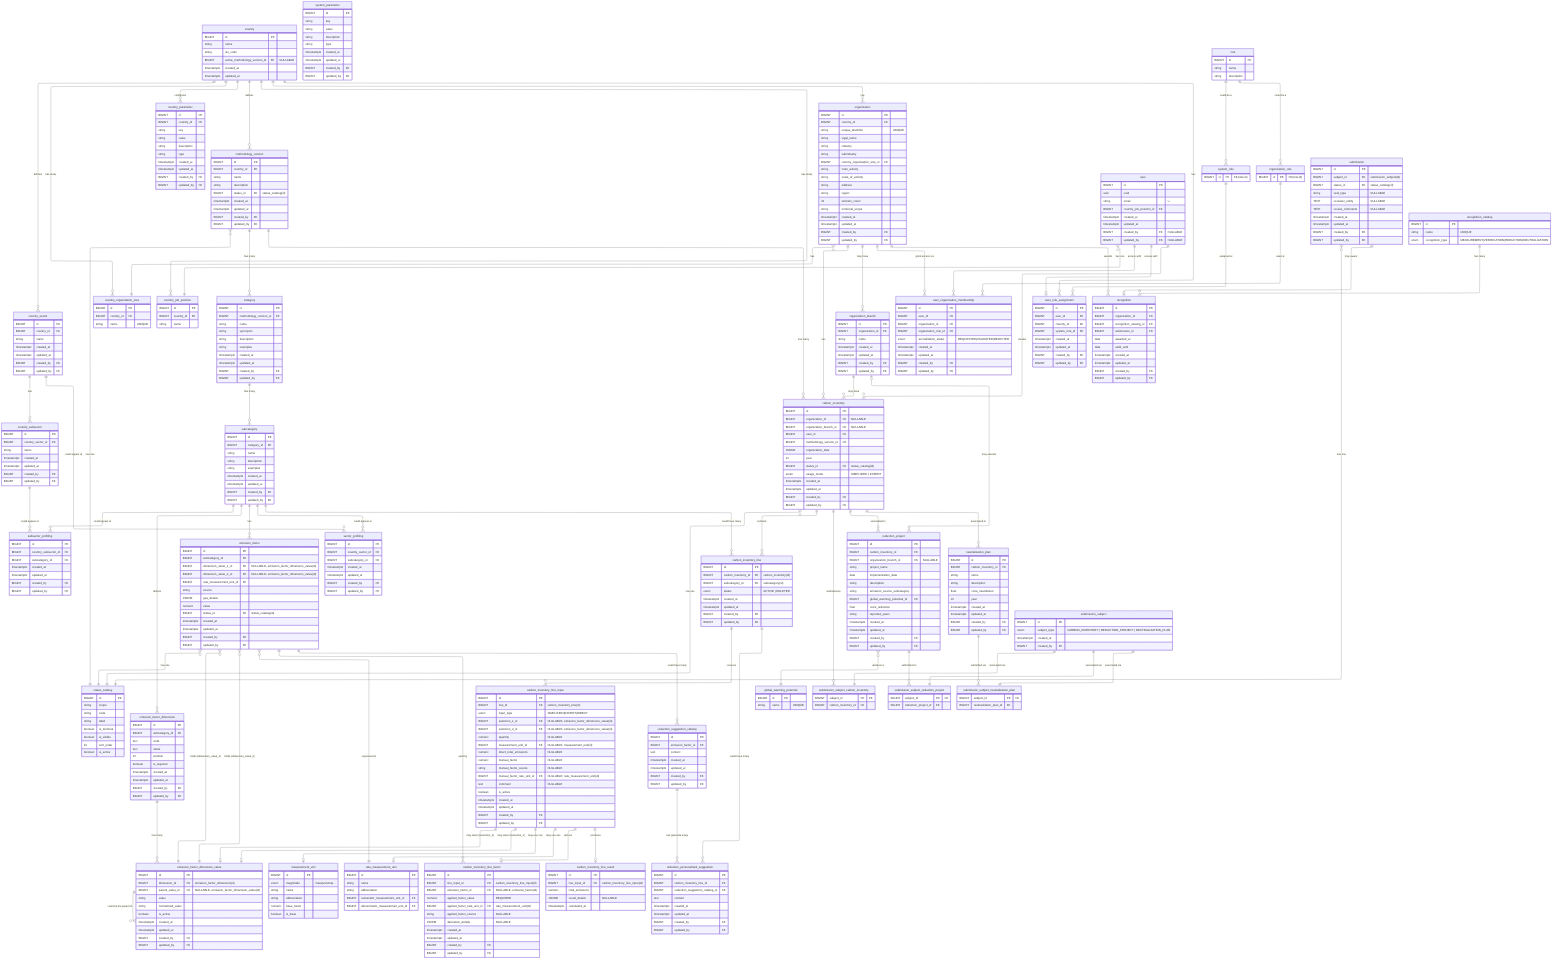
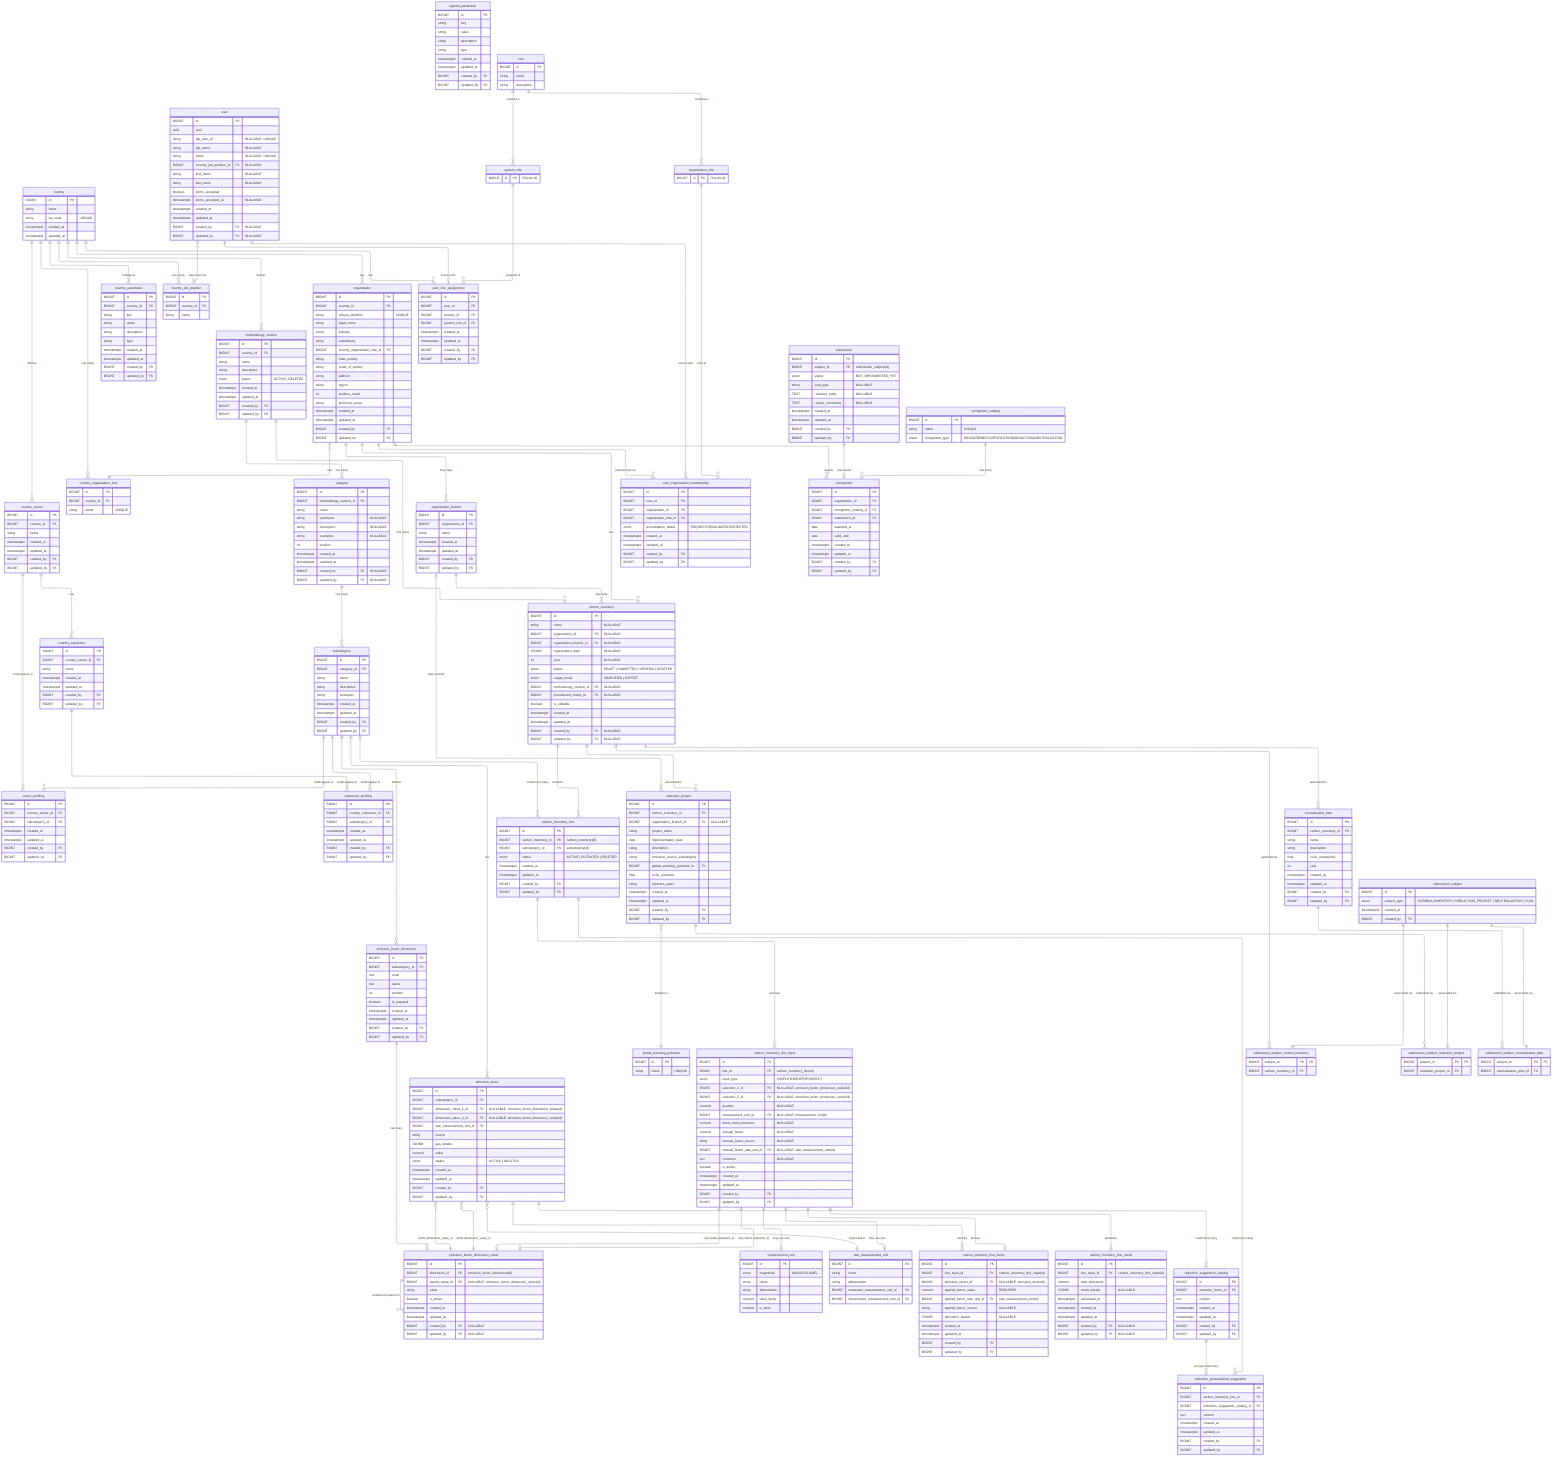
---
config:
  layout: elk
---
erDiagram
	direction TB

	%% ============================================================
- 	%% DEPRECATED TABLES
- 	%% ------------------------------------------------------------
- 	%% The following tables are kept for historical reference only:
- 	%% - carbon_inventory_detail
- 	%% They MUST NOT be used for new features.
- 	%% ============================================================
- 	%% carbon_inventory_detail {
- 	%% 	  BIGINT id PK ""
- 	%% 	  BIGINT carbon_inventory_id FK ""
- 	%% 	  BIGINT subcategory_id FK ""
- 	%% 	  enum type "DETAILED | TOTAL"
- 	%% 	  string first_selection "NULLABLE"
- 	%% 	  string second_selection "NULLABLE"
- 	%% 	  float quantity  "NULLABLE"
- 	%% 	  BIGINT measurement_unit_id FK "NULLABLE"
- 	%% 	  float factor "NULLABLE"
- 	%% 	  BIGINT factor_rate_measurement_unit_id FK "NULLABLE"
- 	%% 	  string factor_source "NULLABLE"
- 	%% 	  BIGINT emission_factor_id FK "NULLABLE"
- 	%% 	  float total_emissions "NULLABLE"
- 	%% 	  text comment  "NULLABLE"
- 	%% 	  BIGINT status_id FK "status_catalog(id)"
- 	%% 	  %% Restricciones:
- 	%% 	  %% Si type==SIMPLIFIED, el usuario llenará first_selection, second_selection, quantity, measurement_unit_id y la plataforma automáticamente escogerá un emission_factor_id y copiará el valor del factor, lo transformará a la misma unidad de medida del usuario y llenará factor y factor_rate_measurement_unit_id. Finalmente hará el P*Q y llenará total_emissions
- 	%% 	  %% Si type==EXPERT, el usuario llenará first_selection, second_selection, quantity, measurement_unit_id, factor y el factor_source. El factor_rate_measurement_unit_id se escogerá automáticamente según el measurement_unit_id. emission_factor_id será NULL. Finalmente la plataforma hará el P*Q y llenará total_emissions
- 	%% 	  %% Si type==DIRECT, todas las columnas serán NULL y el usuario ingresará el valor directo a total_emissions.
- 	%% 	  %% Alternar el type no modificará las filas, sino que marcará las actuales como status=OUTDATED y creará nuevas filas con el type adecuado (si no existen aún). Si ya existían, las recuperará a ACTIVE.
- 	%% 	  %% Todas las filas con status ACTIVE deben ser del mismo type.
- 	%% 	  %% Las filas DELETED nunca se recuperan, quedan para trazabilidad.
- 	%% }
- 
- 	%% ============================================================
	%% Design Principles
	%% ============================================================

	%% 🔷 Core Modeling Principles
	%% 	1.	Each table has a single, well-defined responsibility
	%% Tables are designed to represent one concept only (e.g. configuration, input, result, workflow), avoiding mixed concerns.

	%% 	2.	Relationships reflect real business rules, not just foreign keys
	%% Cardinalities and optionality are chosen to express domain constraints, not merely technical implementation details.

	%% 	3.	Nullability is intentional and meaningful
	%% Nullable fields indicate valid domain states (e.g. optional associations, draft data), not incomplete design.

	%% ⸻

	%% 🔷 Configuration & Reference Data
	%% 	4.	Reference data is normalized and centralized
	%% Shared concepts (statuses, units, potentials) are defined once and reused across the system.

	%% 	5.	Volatile enums are modeled as tables, not database ENUMs
	%% Any value expected to evolve (statuses, workflows) is stored in catalog tables to avoid schema migrations.

	%% 	6.	Stable physical concepts may use ENUMs
	%% Concepts that are scientifically stable (e.g. unit magnitude, usage mode) may use database ENUMs for safety and clarity.

	%% ⸻

	%% 🔷 Methodology & Emission Factors

	%% 	7.	Methodology is versioned and country-scoped
	%% All categories, subcategories, and factors belong to a specific methodology version tied to a country.

	%% 	8.	Emission factors are defined by standardized dimensions, not free text
	%% User selections and factor matching are driven by normalized dimension values to ensure consistency and correctness.

	%% 	9.	Dimension cardinality reflects domain reality, not generic flexibility
	%% Emission factors support up to two dimensions by design, matching current methodology requirements and admin workflows.

	%% 	10.	Administrative workflows are hierarchical and sequential
	%% New entities are created top-down (category → subcategory → dimension → value → factor), enforcing consistency at each level.

	%% ⸻

	%% 🔷 Inventory & Calculation

	%% 	11.	Input, factor selection, and results are modeled as separate concerns
	%% User input, factor derivation, and calculated results are stored in distinct tables for clarity and auditability.

	%% 	12.	Results are always derived from immutable input snapshots
	%% Calculated emissions reference the exact input used, ensuring reproducibility even if inputs change later.

	%% 	13.	Historical data is preserved; updates create new versions
	%% Changes do not overwrite previous data but create new records, maintaining a complete audit trail.

	%% ⸻

	%% 🔷 Workflow & Submissions

	%% 	14.	Workflows are modeled as data, not booleans
	%% Submissions, approvals, and recognitions are represented explicitly rather than inferred from flags.

	%% 	15.	Polymorphism is handled via explicit subject tables
	%% Submissions reference a generic subject entity with concrete subtype tables, avoiding nullable polymorphic foreign keys.

	%% 	16.	Recognitions are awarded based on submissions, not raw entities
	%% This ensures all awards are traceable to a validated review process.

	%% ⸻

	%% 🔷 Audit & Governance

	%% 	17.	Audit fields are applied based on responsibility and mutability
	%% Operational tables are auditable; reference and system-owned tables may omit audit fields by design.

	%% 	18.	System-generated data does not pretend to have an author
	%% Automatically calculated results record timestamps but not created_by or updated_by.

	%% 	19.	Database constraints enforce correctness wherever possible
	%% Uniqueness, consistency, and invariants are enforced at the database level rather than relying solely on application logic.


	%% ⸻

	%% 🔷 Evolution & Maintainability

	%% 	20.	Design favors clarity and correctness over premature generalization
	%% Flexibility is introduced only when driven by real domain requirements, not hypothetical future use cases.

	%% 	21.	Future extensions are possible without breaking existing data
	%% The model anticipates evolution (e.g. new methodologies, new workflows) while keeping current usage simple and explicit.

	%% ⸻

	%% These principles are intentional.
	%% Changes to the model should preserve these invariants unless there is a clear domain-driven reason to evolve them.

	%% ============================================================
	%% 🟦 Country & configuration (7)
	%% ============================================================

	country {
		BIGINT id PK ""
		string name  ""
- 		string iso_code  ""
- 		BIGINT active_methodology_version_id FK "NULLABLE"
+ 		string iso_code "UNIQUE"
		timestamptz created_at  ""
		timestamptz updated_at  ""
	}

	country_parameter {
		BIGINT id PK ""
		BIGINT country_id FK ""
		string key  ""
		string value  ""
		string description  ""
		string type  ""
		timestamptz created_at  ""
		timestamptz updated_at  ""
		BIGINT created_by FK ""
		BIGINT updated_by FK ""
	}

	system_parameter {
		BIGINT id PK ""
		string key  ""
		string value  ""
		string description  ""
		string type  ""
		timestamptz created_at  ""
		timestamptz updated_at  ""
		BIGINT created_by FK ""
		BIGINT updated_by FK ""
	}

	country_sector {
		BIGINT id PK ""
		BIGINT country_id FK ""
		string name  ""
		timestamptz created_at  ""
		timestamptz updated_at  ""
		BIGINT created_by FK ""
		BIGINT updated_by FK ""
	}

	country_subsector {
		BIGINT id PK ""
		BIGINT country_sector_id FK ""
		string name  ""
		timestamptz created_at  ""
		timestamptz updated_at  ""
		BIGINT created_by FK ""
		BIGINT updated_by FK ""
	}

	country_organization_size {
		BIGINT id PK ""
		BIGINT country_id FK ""
		string name  "UNIQUE"
	}

	country_job_position {
		BIGINT id PK ""
		BIGINT country_id FK ""
		string name  ""
	}

- 	%% Postgres ENUM is great when values are stable forever (e.g., magnitude = mass|volume|energy). It becomes painful when values are product-managed and will evolve (status workflows, modes, etc.).
- 	status_catalog {
- 		BIGINT id PK ""
- 		%% Like: SUBMISSION | CARBON_INVENTORY | ENTITY
- 		string scope
- 		%% Like: DRAFT, ACTIVE, DELETED, OUTDATED, SUBMITTED, APPROVED, REJECTED, ...
- 		string code
- 		string label
- 		boolean is_terminal ""
- 		boolean is_visible ""
- 		int sort_order ""
- 		boolean is_active ""
- 		%% UNIQUE(scope, code)
- 		%% To prevent misuse we will use convention & tests
- 		%% To avoid misuse we will implement DB trigger to validate status.scope against the referencing table
- 	}
- 
	%% ============================================================
	%% 🟩 Methodology & factors (9)
	%% ============================================================

	methodology_version {
		BIGINT id PK ""
		BIGINT country_id FK ""
		string name  ""
		string description  ""
- 		%% Uses all status values
- 		BIGINT status_id FK "status_catalog(id)"
+ 		enum status "ACTIVE | DELETED"
		timestamptz created_at  ""
		timestamptz updated_at  ""
		BIGINT created_by FK ""
		BIGINT updated_by FK ""
		%% Enforce via trigger at most 1 active per country
- 		%% Enforce via DB trigger on country table: validates country.active_methodology_version_id (when NOT NULL) references a methodology_version row where status_id points to status_catalog with code='ACTIVE'. Trigger runs BEFORE INSERT/UPDATE on country, raises error if validation fails. Implementation: CREATE TRIGGER validate_country_active_methodology_version BEFORE INSERT OR UPDATE ON country FOR EACH ROW EXECUTE FUNCTION check_active_methodology_version_status()
	}

	category {
		BIGINT id PK ""
		BIGINT methodology_version_id FK ""
		string name  ""
		%% just for displaying
- 		string synonyms ""
+ 		string synonyms "NULLABLE"
		%% just for displaying
- 		string description  ""
+ 		string description "NULLABLE"
		%% just for displaying
- 		string examples ""
- 		timestamptz created_at  ""
- 		timestamptz updated_at  ""
- 		BIGINT created_by FK ""
- 		BIGINT updated_by FK ""
+ 		string examples "NULLABLE"
+ 		%% Position must be > 0 (enforced by DB CHECK constraint)
+ 		int position ""
+ 		timestamptz created_at  ""
+ 		timestamptz updated_at  ""
+ 		BIGINT created_by FK "NULLABLE"
+ 		BIGINT updated_by FK "NULLABLE"
+ 		%% UNIQUE(methodology_version_id, name)
+ 		%% UNIQUE(methodology_version_id, position)
	}

	subcategory {
		BIGINT id PK ""
		BIGINT category_id FK ""
		string name  ""
		%% just for displaying
		string description  ""
		%% just for displaying
		string examples ""
		timestamptz created_at  ""
		timestamptz updated_at  ""
		BIGINT created_by FK ""
		BIGINT updated_by FK ""
	}

	emission_factor_dimension {
		BIGINT id PK ""
		BIGINT subcategory_id FK ""
		%% Like: FUEL_GROUP, FUEL_TYPE, GAS_TYPE
		text code ""
		%% Like: Tipo de combustible, Tipo de gas
		text name ""
		%% Like: 1, 2, 3 (order in UI & logic)
		int position ""
		boolean is_required ""
		timestamptz created_at  ""
		timestamptz updated_at  ""
		BIGINT created_by FK ""
		BIGINT updated_by FK ""
		%% UNIQUE(subcategory_id, position),
		%% UNIQUE(subcategory_id, code)
	}

	emission_factor_dimension_value {
		BIGINT id PK ""
		BIGINT dimension_id FK "emission_factor_dimension(id)"
		BIGINT parent_value_id FK "NULLABLE, emission_factor_dimension_value(id)"
		%% Like: Natural gas, Diesel, Kerosene, etc
		string value ""
- 		string normalized_value ""
		boolean is_active ""
		timestamptz created_at  ""
		timestamptz updated_at  ""
- 		BIGINT created_by FK ""
- 		BIGINT updated_by FK ""
- 		%% UNIQUE(dimension_id, normalized_value)
+ 		BIGINT created_by FK "NULLABLE"
+ 		BIGINT updated_by FK "NULLABLE"
+ 		%% UNIQUE(dimension_id, value)
	}

	emission_factor {
		BIGINT id PK ""
		BIGINT subcategory_id FK ""
		%% Emission factors currently support up to two dimensions via fixed columns.
		%% A binding table was considered for unbounded dimensions but intentionally not used to keep queries and constraints simple.
		BIGINT dimension_value_1_id FK "NULLABLE, emission_factor_dimension_value(id)"
		BIGINT dimension_value_2_id FK "NULLABLE, emission_factor_dimension_value(id)"
		BIGINT rate_measurement_unit_id FK ""
		string source  ""
		JSONB gas_details ""
		numeric value  ""
- 		%% Uses all status values
- 		BIGINT status_id FK "status_catalog(id)"
+ 		enum status "ACTIVE | DELETED"
		timestamptz created_at  ""
		timestamptz updated_at  ""
		BIGINT created_by FK ""
		BIGINT updated_by FK ""
		%% Enforce UNIQUE (subcategory_id, dimension_value_1_id, dimension_value_2_id) WHERE status = 'ACTIVE'
	}

	sector_profiling {
		BIGINT id PK ""
		BIGINT country_sector_id FK ""
		BIGINT subcategory_id FK ""
		timestamptz created_at  ""
		timestamptz updated_at  ""
		BIGINT created_by FK ""
		BIGINT updated_by FK ""
		%% UNIQUE(country_sector_id, subcategory_id)
	}

	subsector_profiling {
		BIGINT id PK ""
		BIGINT country_subsector_id FK ""
		BIGINT subcategory_id FK ""
		timestamptz created_at  ""
		timestamptz updated_at  ""
		BIGINT created_by FK ""
		BIGINT updated_by FK ""
		%% UNIQUE(country_subsector_id, subcategory_id)
	}

	measurement_unit {
		BIGINT id PK ""
- 		enum magnitude  "mass|volume|..."
+ 		enum magnitude  "MASS|VOLUME|..."
		string name  ""
		string abbreviation  ""
		numeric base_factor  ""
		boolean is_base  ""
		%% Enforce UNIQUE (magnitude) WHERE is_base = true
	}

	rate_measurement_unit {
		BIGINT id PK ""
		string name  ""
		string abbreviation  ""
		BIGINT numerator_measurement_unit_id FK ""
		BIGINT denominator_measurement_unit_id FK ""
	}

	global_warming_potential {
		BIGINT id PK ""
		string name "UNIQUE"
		%% AR4, AR5, etc...
	}

	%% ============================================================
	%% 🟨 Organizations & users (8)
	%% ============================================================

	organization {
		BIGINT id PK ""
		BIGINT country_id FK ""
		string unique_identifier  "UNIQUE"
		string legal_name  ""
		string industry  ""
		string subindustry  ""
		BIGINT country_organization_size_id FK ""
		string main_activity  ""
		string scale_of_activity  ""
		string address  ""
		string region  ""
		int workers_count  ""
		string territorial_scope  ""
		timestamptz created_at  ""
		timestamptz updated_at  ""
		BIGINT created_by FK ""
		BIGINT updated_by FK ""
	}

	organization_branch {
		BIGINT id PK ""
		BIGINT organization_id FK ""
		string name  ""
		timestamptz created_at  ""
		timestamptz updated_at  ""
		BIGINT created_by FK ""
		BIGINT updated_by FK ""
	}

	user {
		BIGINT id PK ""
		uuid uuid  ""
- 		string email  "U"
- 		BIGINT country_job_position_id FK ""
+ 		string idp_user_id "NULLABLE, UNIQUE"
+ 		string idp_name "NULLABLE"
+ 		string email  "NULLABLE, UNIQUE"
+ 		BIGINT country_job_position_id FK "NULLABLE"
+ 		string first_name "NULLABLE"
+ 		string last_name "NULLABLE"
+ 		boolean terms_accepted ""
+ 		timestamptz terms_accepted_at "NULLABLE"
		timestamptz created_at  ""
		timestamptz updated_at  ""
		BIGINT created_by FK "NULLABLE"
		BIGINT updated_by FK "NULLABLE"
	}

	%% abstract parent table
	role {
		BIGINT id PK ""
		string name ""
		string description ""
	}

	system_role {
		BIGINT id PK "FK(role.id)"
	}

	organization_role {
		BIGINT id PK "FK(role.id)"
	}

	user_organization_membership {
		BIGINT id PK ""
		BIGINT user_id FK ""
		BIGINT organization_id FK ""
		BIGINT organization_role_id FK ""
		enum accreditation_status  "REQUESTED|VALIDATED|REJECTED"
		timestamptz created_at  ""
		timestamptz updated_at  ""
		BIGINT created_by FK ""
		BIGINT updated_by FK ""
		%% UNIQUE(user_id, organization_id, organization_role_id)
	}

	user_role_assignment {
		BIGINT id PK ""
		BIGINT user_id FK ""
		BIGINT country_id FK ""
		BIGINT system_role_id FK ""
		timestamptz created_at  ""
		timestamptz updated_at  ""
		BIGINT created_by FK ""
		BIGINT updated_by FK ""
		%% UNIQUE(user_id, country_id, system_role_id)
	}

	%% ============================================================
	%% 🟧 Inventory & calculation (9)
	%% ============================================================

- 	%% organization & organization_branch will be NULL when user does not belongs to any org.
+ 	%% organization & organization_branch will be NULL when user does not belong to any org.
	carbon_inventory {
		BIGINT id PK ""
+ 		string name "NULLABLE"
		BIGINT organization_id FK "NULLABLE"
		BIGINT organization_branch_id FK "NULLABLE"
- 		BIGINT user_id FK ""
- 		BIGINT methodology_version_id FK ""
- 		JSONB organization_data  ""
- 		int year  ""
- 		BIGINT status_id FK "status_catalog(id)"
- 		%% Using an enum because we are 100% sure it will never change
- 		enum usage_mode  "SIMPLIFIED | EXPERT"
- 		timestamptz created_at  ""
- 		timestamptz updated_at  ""
- 		BIGINT created_by FK ""
- 		BIGINT updated_by FK ""
- 		%% CHECK ((organization_id IS NOT NULL AND organization_branch_id IS NULL) OR (organization_branch_id IS NOT NULL))
+ 		JSONB organization_data "NULLABLE"
+ 		int year "NULLABLE"
+ 		enum status "DRAFT | SUBMITTED | VERIFIED | DELETED"
+ 		enum usage_mode "SIMPLIFIED | EXPERT"
+ 		BIGINT methodology_version_id FK "NULLABLE"
+ 		BIGINT preselected_nodes_id FK "NULLABLE"
+ 		boolean is_editable ""
+ 		timestamptz created_at  ""
+ 		timestamptz updated_at  ""
+ 		BIGINT created_by FK "NULLABLE"
+ 		BIGINT updated_by FK "NULLABLE"
	}

	%% A "line" represents what is being measured (subcategory) for a given inventory.
	%% We do not store quantities/factors/selections here. It's the anchor.
	carbon_inventory_line {
		BIGINT id PK ""
		BIGINT carbon_inventory_id FK "carbon_inventory(id)"
		BIGINT subcategory_id FK "subcategory(id)"
- 
- 		enum status "ACTIVE | DELETED"
+ 		enum status "ACTIVE | OUTDATED | DELETED"
		timestamptz created_at  ""
		timestamptz updated_at  ""
		BIGINT created_by FK ""
		BIGINT updated_by FK ""
	}

	carbon_inventory_line_input {
		BIGINT id PK ""
		BIGINT line_id FK "carbon_inventory_line(id)"
		enum input_type "SIMPLIFIED|EXPERT|DIRECT"

		%% the "dimension selections" (more on dimension standardization in section 4)
		BIGINT selection_1_id FK "NULLABLE, emission_factor_dimension_value(id)"
		BIGINT selection_2_id FK "NULLABLE, emission_factor_dimension_value(id)"

		numeric quantity "NULLABLE"
		BIGINT measurement_unit_id FK "NULLABLE, measurement_unit(id)"

		%% For DIRECT mode:
		numeric direct_total_emissions "NULLABLE"

		%% For EXPERT mode:
		numeric manual_factor "NULLABLE"
		string manual_factor_source "NULLABLE"
		BIGINT manual_factor_rate_unit_id FK "NULLABLE, rate_measurement_unit(id)"

		text comment "NULLABLE"
		boolean is_active ""
		timestamptz created_at  ""
		timestamptz updated_at  ""
		BIGINT created_by FK ""
		BIGINT updated_by FK ""
		%% Enforce only one active input per line: UNIQUE(line_id) WHERE is_active = true
	}

	%% This stores "what factor did we use, after conversions, and why" so results are reproducible.
	carbon_inventory_line_factor {
		BIGINT id PK ""
		BIGINT line_input_id FK "carbon_inventory_line_input(id)"

		%% chosen factor: either from catalog (simplified) or null for expert/direct
		BIGINT emission_factor_id FK "NULLABLE, emission_factor(id)"

		%% normalized factor actually used in the computation (post-conversion)
		%% REQUIRED: Must always be present for result reproducibility
		numeric applied_factor_value "REQUIRED"
		BIGINT applied_factor_rate_unit_id FK "rate_measurement_unit(id)"
		string applied_factor_source "NULLABLE"

		%% optionally store a JSON blob explaining conversion steps for auditability
		JSONB derivation_details "NULLABLE"

		timestamptz created_at  ""
		timestamptz updated_at  ""
		BIGINT created_by FK ""
		BIGINT updated_by FK ""
		%% Enforce 1 factor row per input: UNIQUE(line_input_id)
	}

	carbon_inventory_line_result {
		BIGINT id PK ""
		BIGINT line_input_id FK "carbon_inventory_line_input(id)"
		numeric total_emissions ""
		%% optionally store breakdown: per-gas, CO2e, etc.
		JSONB result_details "NULLABLE"
		timestamptz calculated_at ""
+ 		timestamptz created_at  ""
+ 		timestamptz updated_at  ""
+ 		BIGINT created_by FK "NULLABLE"
+ 		BIGINT updated_by FK "NULLABLE"
		%% Ensure 1 result per input: UNIQUE(line_input_id)
	}

	reduction_suggestion_catalog {
		BIGINT id PK ""
		BIGINT emission_factor_id FK ""
		text content  ""
		timestamptz created_at  ""
		timestamptz updated_at  ""
		BIGINT created_by FK ""
		BIGINT updated_by FK ""
	}

	%% We plan to create these suggestion with AI
	reduction_personalized_suggestion {
		BIGINT id PK ""
		BIGINT carbon_inventory_line_id FK ""
		BIGINT reduction_suggestion_catalog_id FK ""
		text content  ""
		timestamptz created_at  ""
		timestamptz updated_at  ""
		BIGINT created_by FK ""
		BIGINT updated_by FK ""
	}

	reduction_project {
		BIGINT id PK ""
		BIGINT carbon_inventory_id FK ""
		BIGINT organization_branch_id FK "NULLABLE"
		string project_name  ""
		date implementation_date  ""
		string description  ""
		string emission_source_subcategory  ""
		BIGINT global_warming_potential_id FK ""
		float co2e_reduction  ""
		string reported_years  ""
		timestamptz created_at  ""
		timestamptz updated_at  ""
		BIGINT created_by FK ""
		BIGINT updated_by FK ""
	}

	neutralization_plan {
		BIGINT id PK ""
		BIGINT carbon_inventory_id FK ""
		string name  ""
		string description  ""
		float co2e_neutralized  ""
		int year  ""
		timestamptz created_at  ""
		timestamptz updated_at  ""
		BIGINT created_by FK ""
		BIGINT updated_by FK ""
	}

	%% ============================================================
	%% 🟥 Submissions & recognition (7)
	%% ============================================================

	%% Read the docs about the submissions model design here: https://www.notion.so/Modelo-E-R-para-Submissions-2d318d2c8901805ab8f9eed2a9d9d702?source=copy_link
	%% The data within this table is immutable once created
	submission_subject {
		BIGINT id PK ""
		enum subject_type "CARBON_INVENTORY | REDUCTION_PROJECT | NEUTRALIZATION_PLAN"
		timestamptz created_at  ""
		BIGINT created_by FK ""
	}

	%% The data within this table is immutable once created
	submission_subject_carbon_inventory {
		BIGINT subject_id PK "FK"
		BIGINT carbon_inventory_id FK ""
	}

	%% The data within this table is immutable once created
	submission_subject_reduction_project {
		BIGINT subject_id PK "FK"
		BIGINT reduction_project_id FK ""
	}

	%% The data within this table is immutable once created
	submission_subject_neutralization_plan {
		BIGINT subject_id PK "FK"
		BIGINT neutralization_plan_id FK ""
	}

	submission {
		BIGINT id PK ""
		BIGINT subject_id FK "submission_subject(id)"
- 		BIGINT status_id FK "status_catalog(id)"
+ 		enum status "NOT_IMPLEMENTED_YET"
		string seal_type  "NULLABLE"
		TEXT reviewer_entity "NULLABLE"
		TEXT review_comments "NULLABLE"
		timestamptz created_at  ""
		timestamptz updated_at  ""
		BIGINT created_by FK ""
		BIGINT updated_by FK ""
	}

	recognition_catalog {
		BIGINT id PK ""
		string name "UNIQUE"
		enum recognition_type  "MEASUREMENT|VERIFICATION|REDUCTION|NEUTRALIZATION"
	}

	recognition {
		BIGINT id PK ""
		BIGINT organization_id FK ""
		BIGINT recognition_catalog_id FK ""
		BIGINT submission_id FK ""
		date awarded_at  ""
		date valid_until  ""
		timestamptz created_at  ""
		timestamptz updated_at  ""
		BIGINT created_by FK ""
		BIGINT updated_by FK ""
	}

	%% ============================================================
	%% Others
	%% ============================================================


%% ============================================================
%% Relationships
%% ============================================================

country
	country ||--o{ country_parameter : "configures"
	country ||--o{ country_sector : "defines"
	country ||--o{ methodology_version : "defines"
	country ||--o{ organization : "has"
	country ||--o{ user_role_assignment : "has"
	country ||--o{ country_organization_size: "has many"
	country ||--o{ country_job_position : "has many"

country_sector
	country_sector ||--o{ country_subsector : "has"
	country_sector ||--o{ sector_profiling : "could appear at"

country_subsector
	country_subsector ||--o{ subsector_profiling : "could appear at"

organization
	organization ||--o{ carbon_inventory : "has"
	organization ||--o{ organization_branch : "may have"
	organization ||--o{ recognition : "awards"
	organization ||--o{ user_organization_membership : "grant access via"
	organization }o--|| country_organization_size : "has"

organization_branch
	organization_branch |o--o{ reduction_project : "may execute"
	organization_branch ||--o{ carbon_inventory : "may have"

recognition_catalog
	recognition_catalog ||--o{ recognition  : "has many"

role
	role ||--o{ system_role : "could be a"
	role ||--o{ organization_role : "could be a"
	organization_role ||--o{ user_organization_membership : "used at"
	system_role ||--o{ user_role_assignment : "assigned at"

user
- 	user ||--o{ carbon_inventory : "creates"
	user ||--o{ user_organization_membership : "access with"
- 	user }o--|| country_job_position : "has one"
+ 	user }o--o| country_job_position : "may have one"
	user ||--o| user_role_assignment : "access with"

methodology_version
	methodology_version ||--o{ carbon_inventory : "has many"
	methodology_version ||--o{ category : "has many"
- 	methodology_version }o--|| status_catalog : "has one"

category
	category ||--o{ subcategory : "has many"

subcategory
	subcategory ||--o{ emission_factor_dimension: "defines"
	%% A subcategory may exist with zero emission factors:
	subcategory ||--o{ emission_factor: "has"
	subcategory ||--o{ sector_profiling: "could appear at"
	subcategory ||--o{ subsector_profiling: "could appear at"
	subcategory ||--o{ carbon_inventory_line: "could have many"

emission_factor_dimension
	emission_factor_dimension ||--o{ emission_factor_dimension_value : "has many"

emission_factor_dimension_value
	emission_factor_dimension_value ||--o{ emission_factor_dimension_value : "could be the parent of"

emission_factor
	emission_factor ||--o{ reduction_suggestion_catalog : "could have many"
	emission_factor ||--o{ carbon_inventory_line_factor : "used by"
	emission_factor }o--|| rate_measurement_unit : "expressed in"
- 	emission_factor }o--|| status_catalog : "has one"
	%% At most 2 values, depending on subcategory configuration:
	emission_factor }o--|| emission_factor_dimension_value : "binds (dimension_value_1)"
	emission_factor }o--|| emission_factor_dimension_value : "binds (dimension_value_2)"

carbon_inventory
	carbon_inventory ||--o{ carbon_inventory_line: "contains"
	carbon_inventory ||--o{ submission_subject_carbon_inventory: "submitted as"
	carbon_inventory ||--o{ neutralization_plan: "associated to"
	carbon_inventory ||--o{ reduction_project: "associated to"
- 	carbon_inventory }o--|| status_catalog: "has one"

carbon_inventory_line
	carbon_inventory_line ||--o{ reduction_personalized_suggestion: "could have many"
	carbon_inventory_line ||--o{ carbon_inventory_line_input: "receives"

carbon_inventory_line_input
	carbon_inventory_line_input ||--o| emission_factor_dimension_value: "may select (selection_1)"
	carbon_inventory_line_input ||--o| emission_factor_dimension_value: "may select (selection_2)"
	carbon_inventory_line_input ||--o| measurement_unit: "may use one"
	carbon_inventory_line_input ||--o| rate_measurement_unit: "may use one"
	carbon_inventory_line_input ||--o| carbon_inventory_line_factor: "derives"
	carbon_inventory_line_input ||--o| carbon_inventory_line_result: "produces"

submission_subject
	submission_subject ||--|| submission_subject_carbon_inventory : "associated via"
	submission_subject ||--|| submission_subject_reduction_project : "associated via"
	submission_subject ||--|| submission_subject_neutralization_plan : "associated via"

submission
	submission ||--o| recognition: "may award"
- 	submission }o--|| status_catalog: "has one"

neutralization_plan
	neutralization_plan ||--o{ submission_subject_neutralization_plan : "submitted via"

reduction_project
	reduction_project ||--o{ submission_subject_reduction_project : "submitted via"
	reduction_project }o--|| global_warming_potential : "declares a"

reduction_suggestion_catalog
	reduction_suggestion_catalog ||--o{ reduction_personalized_suggestion : "can generate many"